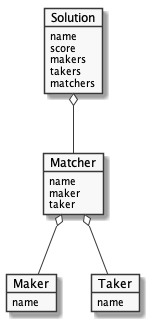
The PlantUML diagram doc/plans/objects.png in joelparkerhenderson/demo-optaplanner, before a commit.
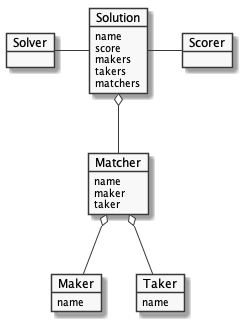
After the change.

Commit message:
Add UML for Solver and Scorer

What changed in the source:
```diff
@@ -8,6 +8,15 @@
     takers
     matchers
 }
+
+object Solver {
+}
+
+object Scorer {
+}
+
+Solver --r- Solution
+Solution --r- Scorer
 
 object Matcher {
     name
@@ -23,8 +32,8 @@
     name
 }
 
-Solution o-- Matcher
-Matcher o-- Maker
-Matcher o-- Taker
+Solution o-d- Matcher
+Matcher o-d- Maker
+Matcher o-d- Taker
 
 @enduml
```
